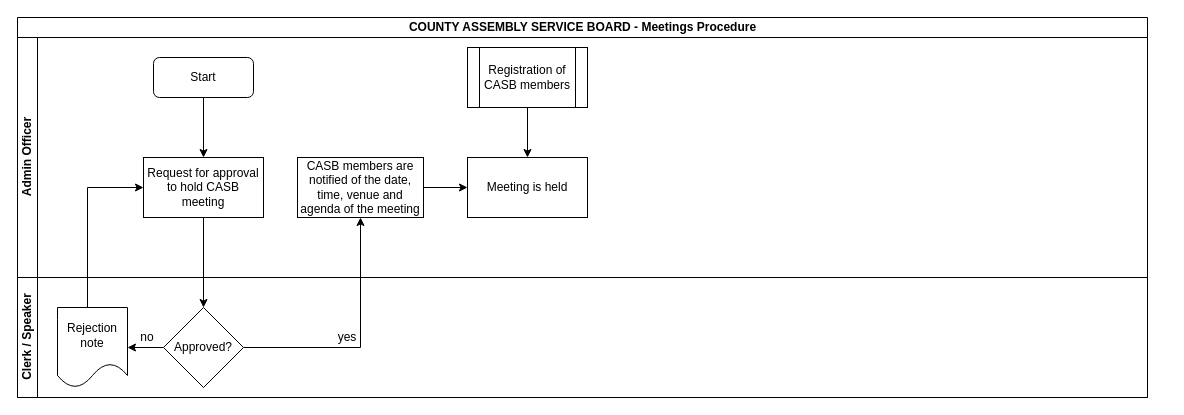
Before: CASB - Meetings Procedure.drawio in kmagua/flowcharts, a draw.io diagram. Source tidied: cells renumbered, new cells numbered last; positions are measured from the earlier drawing's top-left corner, leaving out a move shared by most shapes. Both pictures are drawn from the tidied source at 100%, with x=0, y=0 at pixel (17, 17).
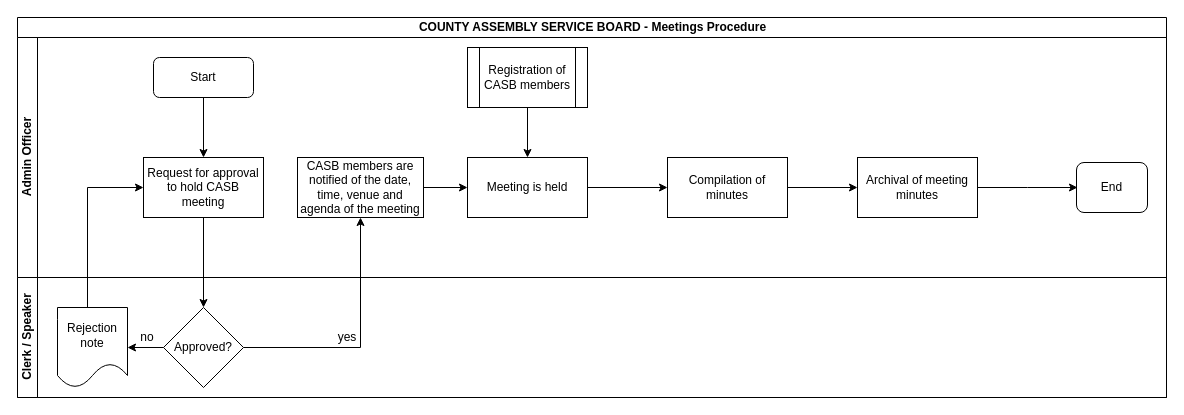
After the change.

Unchanged cells that the change refers to:
```xml
<mxCell id="6" value="Meeting is held" style="whiteSpace=wrap;html=1;rounded=0;" parent="3" vertex="1">
  <mxGeometry x="450" y="120" width="120" height="60" as="geometry" />
</mxCell>
```

Change to the diagram source:
```diff
@@
     <mxCell id="2" value="COUNTY ASSEMBLY SERVICE BOARD - Meetings Procedure" style="swimlane;html=1;horizontal=1;startSize=20;" parent="1" vertex="1">
-      <mxGeometry width="1130" height="380" as="geometry" />
+      <mxGeometry width="1149" height="380" as="geometry" />
     </mxCell>
     <mxCell id="3" value="Admin Officer" style="swimlane;html=1;startSize=20;horizontal=0;" parent="2" vertex="1">
-      <mxGeometry y="20" width="1130" height="240" as="geometry" />
+      <mxGeometry y="20" width="1149" height="240" as="geometry" />
     </mxCell>
@@
+    <mxCell id="21" value="Archival of meeting minutes" style="whiteSpace=wrap;html=1;rounded=0;" parent="3" vertex="1">
+      <mxGeometry x="840" y="120" width="120" height="60" as="geometry" />
+    </mxCell>
@@
+    <mxCell id="22" value="End" style="rounded=1;whiteSpace=wrap;html=1;" parent="3" vertex="1">
+      <mxGeometry x="1059" y="125" width="71" height="50" as="geometry" />
+    </mxCell>
     <mxCell id="12" value="Clerk / Speaker" style="swimlane;html=1;startSize=20;horizontal=0;" parent="2" vertex="1">
-      <mxGeometry y="260" width="1130" height="120" as="geometry" />
+      <mxGeometry y="260" width="1149" height="120" as="geometry" />
     </mxCell>
@@
+    <mxCell id="23" style="edgeStyle=orthogonalEdgeStyle;rounded=0;jettySize=auto;html=1;" parent="1" edge="1" source="24" target="21">
+      <mxGeometry relative="1" as="geometry" />
+    </mxCell>
+    <mxCell id="24" value="Compilation of minutes" style="whiteSpace=wrap;html=1;rounded=0;" parent="1" vertex="1">
+      <mxGeometry x="650" y="140" width="120" height="60" as="geometry" />
+    </mxCell>
+    <mxCell id="25" style="edgeStyle=orthogonalEdgeStyle;rounded=0;jettySize=auto;html=1;" parent="1" edge="1" source="6" target="24">
+      <mxGeometry relative="1" as="geometry" />
+    </mxCell>
+    <mxCell id="26" style="edgeStyle=orthogonalEdgeStyle;rounded=0;jettySize=auto;html=1;" parent="1" edge="1" source="21">
+      <mxGeometry relative="1" as="geometry">
+        <mxPoint x="1060" y="170" as="targetPoint" />
+      </mxGeometry>
+    </mxCell>
```
